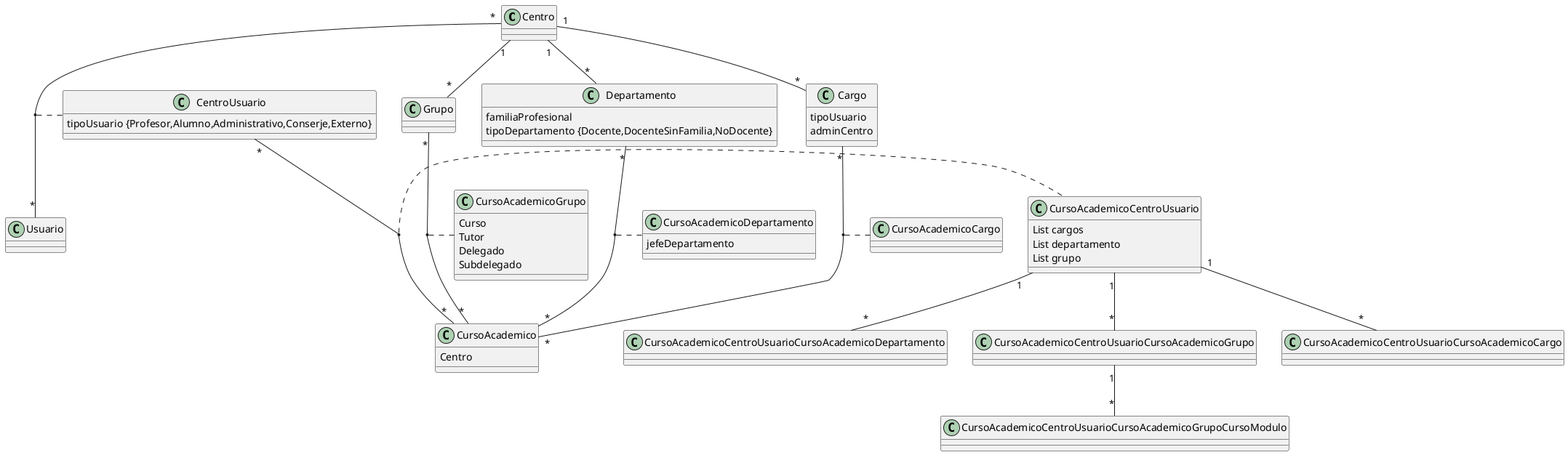
Earlier version of the PlantUML export src/main/java/com/educaflow/shared/configuracioncentro/domain/tablas.png (educaflow/secretaria-virtual).
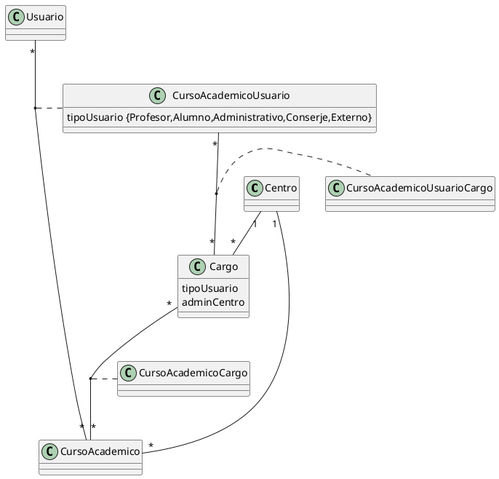
Later version of the same file.

The edit, as a diff of the source:
```diff
@@ -1,26 +1,17 @@
 @startuml
-Centro "1" -- "*" Departamento
 Centro "1" -- "*" Cargo
-Centro "1" -- "*" Grupo
-Centro "*" -- "*" Usuario
-(Centro, Usuario) . CentroUsuario
+Centro "1" -- "*" CursoAcademico
 
-
-Departamento "*" -- "*" CursoAcademico
-(Departamento, CursoAcademico) . CursoAcademicoDepartamento
-
+Usuario "*" -- "*" CursoAcademico
+(Usuario, CursoAcademico) . CursoAcademicoUsuario
 
 Cargo "*" -- "*" CursoAcademico
 (Cargo, CursoAcademico) . CursoAcademicoCargo
 
+CursoAcademicoUsuario "*" -- "*" Cargo
+(CursoAcademicoUsuario, Cargo) . CursoAcademicoUsuarioCargo
 
-Grupo "*" -- "*" CursoAcademico
-(Grupo, CursoAcademico) . CursoAcademicoGrupo
-
-CentroUsuario "*" -- "*" CursoAcademico
-(CentroUsuario, CursoAcademico) . CursoAcademicoCentroUsuario
-
-class CentroUsuario {
+class CursoAcademicoUsuario {
     tipoUsuario {Profesor,Alumno,Administrativo,Conserje,Externo}
 }
 
@@ -29,49 +20,9 @@
     adminCentro
 }
 
-class Departamento {
-    familiaProfesional
-    tipoDepartamento {Docente,DocenteSinFamilia,NoDocente}
+class CursoAcademico {
 }
 
-class CursoAcademico {
-  Centro
+class CursoAcademicoUsuarioCargo {
 }
-
-class CursoAcademicoGrupo {
-  Curso
-  Tutor
-  Delegado
-  Subdelegado
-}
-
-class Grupo {
-
-}
-
-
-class CursoAcademicoDepartamento {
-    jefeDepartamento
-}
-
-class CursoAcademicoCentroUsuario {
-    List cargos
-    List departamento
-    List grupo
-}
-
-CursoAcademicoCentroUsuario "1" -- "*" CursoAcademicoCentroUsuarioCursoAcademicoCargo
-
-CursoAcademicoCentroUsuario "1" -- "*" CursoAcademicoCentroUsuarioCursoAcademicoDepartamento
-
-CursoAcademicoCentroUsuario "1" -- "*" CursoAcademicoCentroUsuarioCursoAcademicoGrupo
-
-CursoAcademicoCentroUsuarioCursoAcademicoGrupo "1" -- "*" CursoAcademicoCentroUsuarioCursoAcademicoGrupoCursoModulo
-
-
-
-
-
-
-
 @enduml
```
